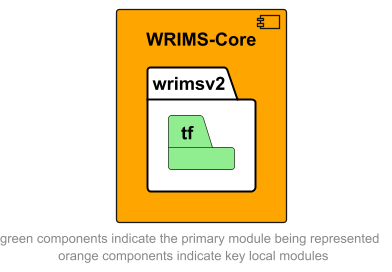
Earlier version of the PlantUML export docs/diagrams/wrims-core/wrims-core_tf.png (CentralValleyModeling/wrims-engine).
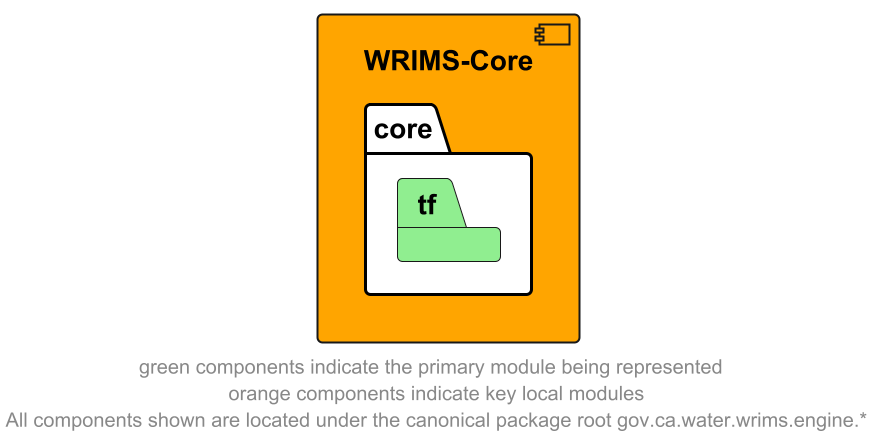
The same file after the commit.

Change to the diagram source:
```diff
@@ -3,11 +3,11 @@
 skinparam linetype ortho
 
 component wrims_core as "WRIMS-Core" #orange {
-    package wrimsv2 #white {
+    package core #white {
         package tf #lightgreen
     }
 }
 
 
-footer "green components indicate the primary module being represented \n orange components indicate key local modules"
+footer "green components indicate the primary module being represented \n orange components indicate key local modules\n All components shown are located under the canonical package root gov.ca.water.wrims.engine.*"
 @enduml
```
